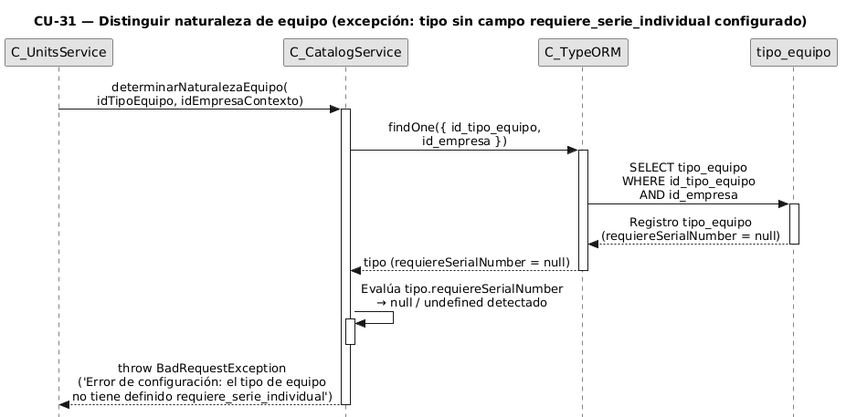
Before: diagramas-secuencia/CU31/CU31-exc-tipo-sin-configurar.png, a diagram exported from PlantUML (FSM-Finet-y-Cable-Magico/Team_1-Inventario-y-Bodega). Source of this version:
```plantuml
@startuml
title CU-31 — Distinguir naturaleza de equipo (excepción: tipo sin campo requiere_serie_individual configurado)

skinparam style strictuml
skinparam monochrome true
skinparam shadowing false
skinparam sequenceMessageAlign center
skinparam sequence {
  MessageAlign center
  LifeLineBorderColor black
}
hide footbox

participant "C_UnitsService" as units
participant "C_CatalogService" as catalog
participant "C_TypeORM" as orm
participant "tipo_equipo" as tent

units -> catalog : determinarNaturalezaEquipo(\nidTipoEquipo, idEmpresaContexto)
activate catalog

catalog -> orm : findOne({ id_tipo_equipo,\nid_empresa })
activate orm

orm -> tent : SELECT tipo_equipo\nWHERE id_tipo_equipo\nAND id_empresa
activate tent
tent --> orm : Registro tipo_equipo\n(requiereSerialNumber = null)
deactivate tent

orm --> catalog : tipo (requiereSerialNumber = null)
deactivate orm

catalog -> catalog : Evalúa tipo.requiereSerialNumber\n→ null / undefined detectado
activate catalog
deactivate catalog

catalog --> units : throw BadRequestException\n('Error de configuración: el tipo de equipo\nno tiene definido requiere_serie_individual')
deactivate catalog
@enduml
```
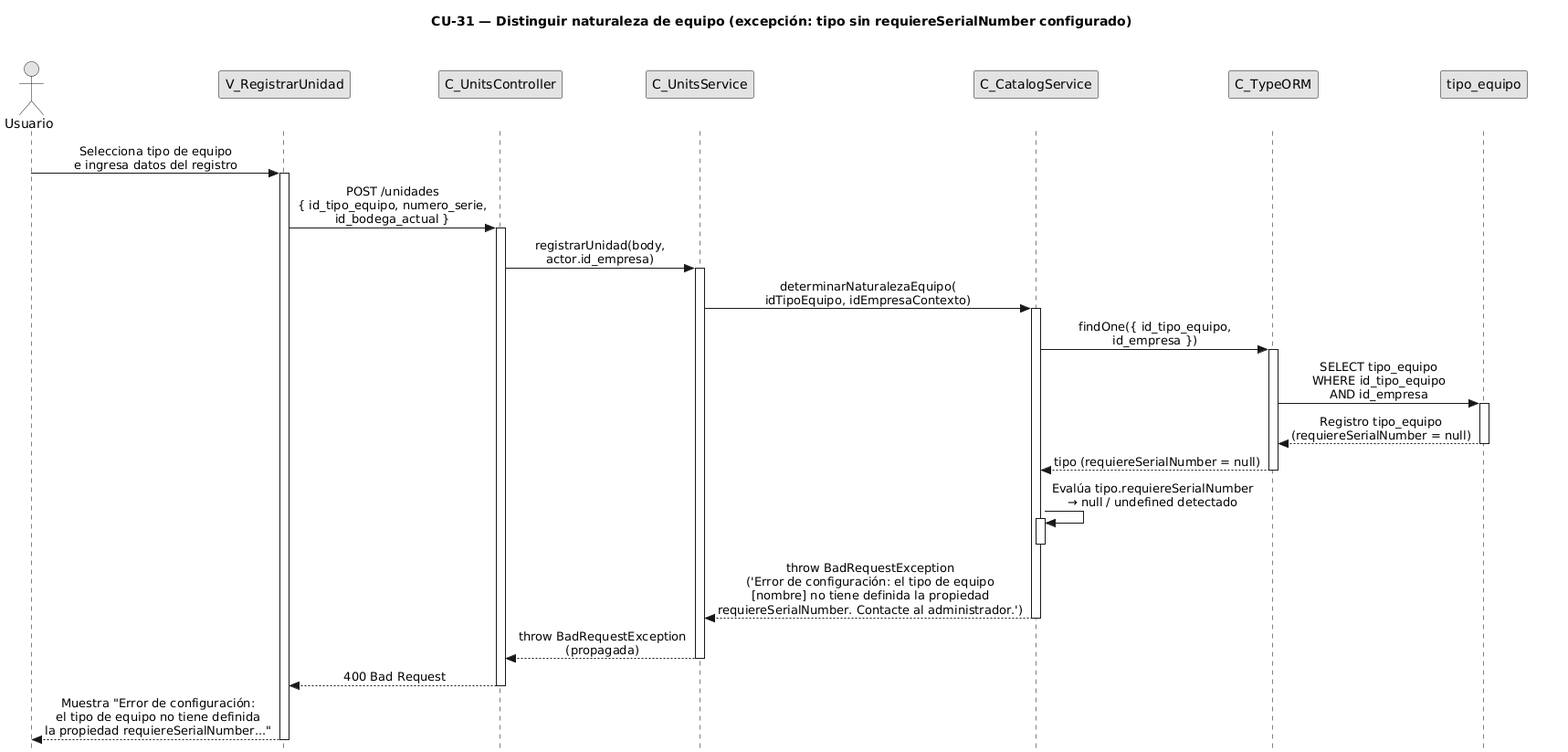
After the change.

Change to the diagram source:
```diff
@@ -1,20 +1,42 @@
-@startuml
-title CU-31 — Distinguir naturaleza de equipo (excepción: tipo sin campo requiere_serie_individual configurado)
+@startuml CU31-exc-tipo-sin-configurar
+title CU-31 — Distinguir naturaleza de equipo (excepción: tipo sin requiereSerialNumber configurado)
 
 skinparam style strictuml
 skinparam monochrome true
 skinparam shadowing false
 skinparam sequenceMessageAlign center
+<style>
+sequenceDiagram {
+  participant {
+    Margin 35
+  }
+  actor {
+    Margin 15
+  }
+}
+</style>
 skinparam sequence {
   MessageAlign center
   LifeLineBorderColor black
 }
 hide footbox
 
+actor "Usuario" as user
+participant "V_RegistrarUnidad" as view
+participant "C_UnitsController" as ctrl
 participant "C_UnitsService" as units
 participant "C_CatalogService" as catalog
 participant "C_TypeORM" as orm
 participant "tipo_equipo" as tent
+
+user -> view : Selecciona tipo de equipo\ne ingresa datos del registro
+activate view
+
+view -> ctrl : POST /unidades\n{ id_tipo_equipo, numero_serie,\nid_bodega_actual }
+activate ctrl
+
+ctrl -> units : registrarUnidad(body,\nactor.id_empresa)
+activate units
 
 units -> catalog : determinarNaturalezaEquipo(\nidTipoEquipo, idEmpresaContexto)
 activate catalog
@@ -34,6 +56,16 @@
 activate catalog
 deactivate catalog
 
-catalog --> units : throw BadRequestException\n('Error de configuración: el tipo de equipo\nno tiene definido requiere_serie_individual')
+catalog --> units : throw BadRequestException\n('Error de configuración: el tipo de equipo\n[nombre] no tiene definida la propiedad\nrequiereSerialNumber. Contacte al administrador.')
 deactivate catalog
+
+units --> ctrl : throw BadRequestException\n(propagada)
+deactivate units
+
+ctrl --> view : 400 Bad Request
+deactivate ctrl
+
+view --> user : Muestra "Error de configuración:\nel tipo de equipo no tiene definida\nla propiedad requiereSerialNumber..."
+deactivate view
+
 @enduml
```
